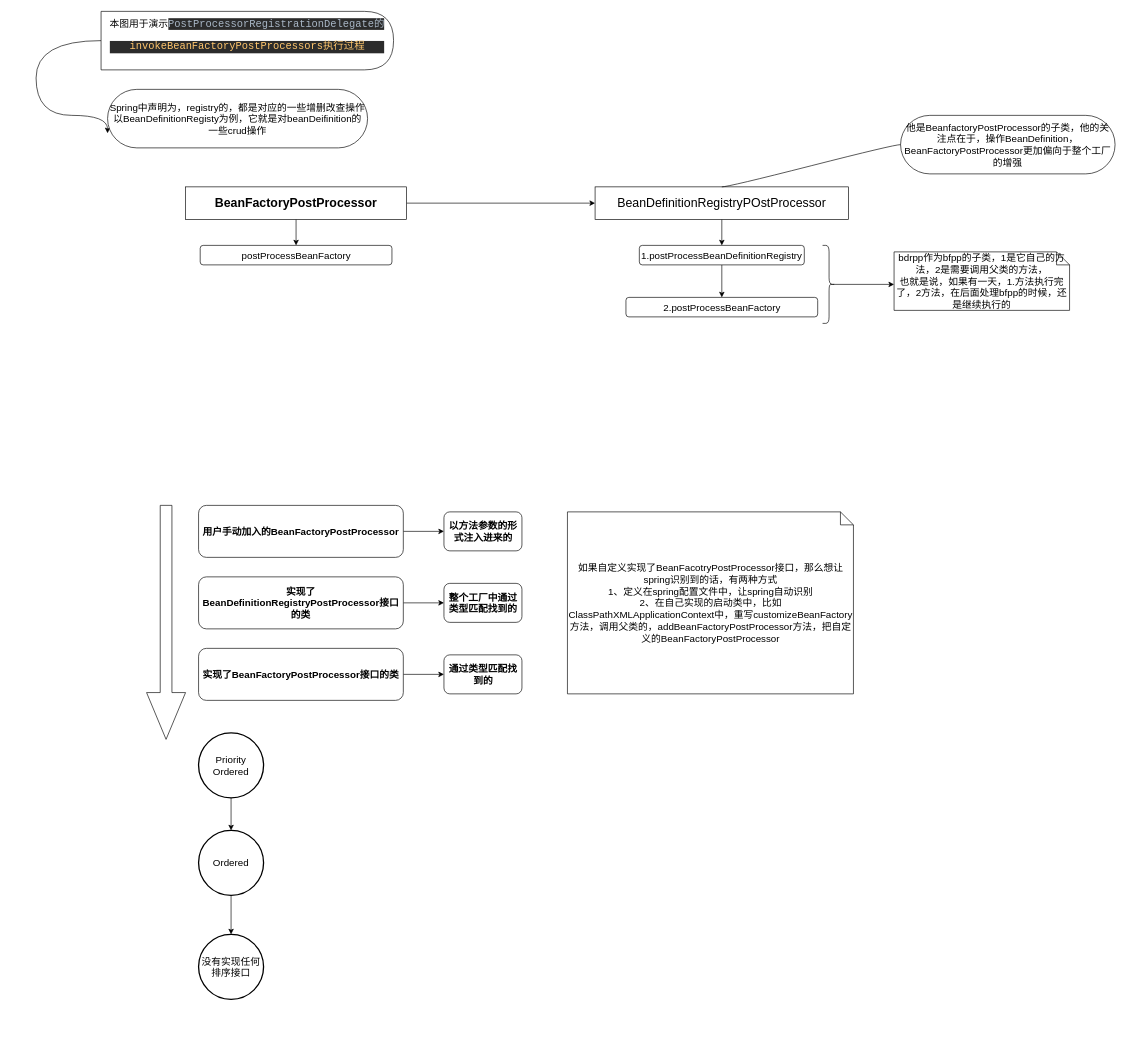
Above: spring/beanFactoryPostProcessor.drawio in ZWYXY/all_images (draw.io), before the change. Source tidied: cells renumbered, new cells numbered last; positions are measured from the earlier drawing's top-left corner, leaving out a move shared by most shapes. Both pictures are drawn from the tidied source at 65%, with x=0, y=0 at pixel (36, 11).
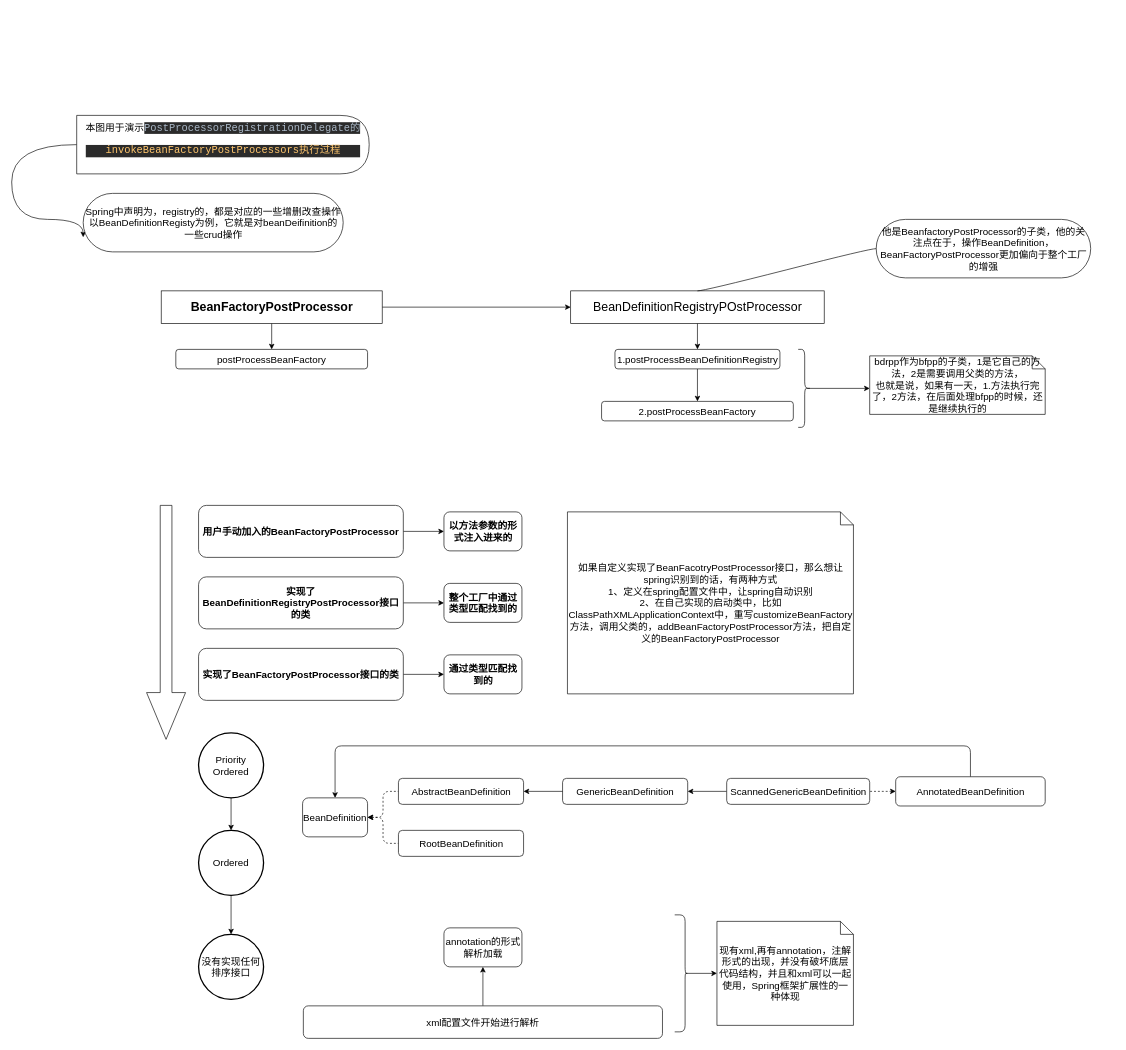
The same diagram, later.

The edit, as a diff of the source:
```diff
@@
     <mxCell id="4" value="&lt;b&gt;&lt;font style=&quot;font-size: 19px&quot;&gt;BeanFactoryPostProcessor&lt;/font&gt;&lt;/b&gt;" style="rounded=0;whiteSpace=wrap;html=1;" parent="1" vertex="1">
-      <mxGeometry x="230" y="270" width="340" height="50" as="geometry" />
+      <mxGeometry x="192.5" y="430" width="340" height="50" as="geometry" />
     </mxCell>
@@
     <mxCell id="6" value="&lt;font style=&quot;font-size: 19px&quot;&gt;BeanDefinitionRegistryPOstProcessor&lt;/font&gt;" style="rounded=0;whiteSpace=wrap;html=1;" parent="1" vertex="1">
-      <mxGeometry x="860" y="270" width="390" height="50" as="geometry" />
+      <mxGeometry x="822.5" y="430" width="390" height="50" as="geometry" />
     </mxCell>
@@
     <mxCell id="18" value="他是BeanfactoryPostProcessor的子类，他的关注点在于，操作BeanDefinition，BeanFactoryPostProcessor更加偏向于整个工厂的增强" style="whiteSpace=wrap;html=1;rounded=1;arcSize=50;align=center;verticalAlign=middle;strokeWidth=1;spacing=4;newEdgeStyle={&quot;edgeStyle&quot;:&quot;entityRelationEdgeStyle&quot;,&quot;startArrow&quot;:&quot;none&quot;,&quot;endArrow&quot;:&quot;none&quot;,&quot;segment&quot;:10,&quot;curved&quot;:1};fontSize=15;" parent="1" vertex="1">
-      <mxGeometry x="1330" y="160" width="330" height="90" as="geometry" />
+      <mxGeometry x="1292.5" y="320" width="330" height="90" as="geometry" />
     </mxCell>
@@
     <mxCell id="21" value="1.postProcessBeanDefinitionRegistry" style="rounded=1;whiteSpace=wrap;html=1;fontSize=15;" parent="1" vertex="1">
-      <mxGeometry x="928.1" y="360" width="253.8" height="30" as="geometry" />
+      <mxGeometry x="890.6" y="520" width="253.8" height="30" as="geometry" />
     </mxCell>
     <mxCell id="22" value="postProcessBeanFactory" style="rounded=1;whiteSpace=wrap;html=1;fontSize=15;" parent="1" vertex="1">
-      <mxGeometry x="252.5" y="360" width="295" height="30" as="geometry" />
+      <mxGeometry x="215" y="520" width="295" height="30" as="geometry" />
     </mxCell>
     <mxCell id="23" value="2.postProcessBeanFactory" style="rounded=1;whiteSpace=wrap;html=1;fontSize=15;" parent="1" vertex="1">
-      <mxGeometry x="907.5" y="440" width="295" height="30" as="geometry" />
+      <mxGeometry x="870" y="600" width="295" height="30" as="geometry" />
     </mxCell>
     <mxCell id="24" style="edgeStyle=none;html=1;exitX=0.1;exitY=0.5;exitDx=0;exitDy=0;exitPerimeter=0;fontSize=15;" parent="1" edge="1" source="25">
       <mxGeometry relative="1" as="geometry">
-        <mxPoint x="1320" y="420" as="targetPoint" />
+        <mxPoint x="1282.5" y="580" as="targetPoint" />
       </mxGeometry>
     </mxCell>
     <mxCell id="25" style="shape=curlyBracket;whiteSpace=wrap;html=1;rounded=1;flipH=1;fontSize=15;" parent="1" vertex="1">
-      <mxGeometry x="1210" y="360" width="20" height="120" as="geometry" />
+      <mxGeometry x="1172.5" y="520" width="20" height="120" as="geometry" />
     </mxCell>
     <mxCell id="26" value="bdrpp作为bfpp的子类，1是它自己的方法，2是需要调用父类的方法，&lt;br&gt;也就是说，如果有一天，1.方法执行完了，2方法，在后面处理bfpp的时候，还是继续执行的" style="shape=note;size=20;whiteSpace=wrap;html=1;fontSize=15;" parent="1" vertex="1">
-      <mxGeometry x="1320" y="370" width="270" height="90" as="geometry" />
+      <mxGeometry x="1282.5" y="530" width="270" height="90" as="geometry" />
     </mxCell>
     <mxCell id="27" style="edgeStyle=orthogonalEdgeStyle;html=1;exitX=0;exitY=0.5;exitDx=0;exitDy=0;entryX=0;entryY=0.75;entryDx=0;entryDy=0;fontSize=15;curved=1;" parent="1" edge="1" source="28" target="34">
       <mxGeometry relative="1" as="geometry">
         <Array as="points">
-          <mxPoint y="45" />
-          <mxPoint y="160" />
+          <mxPoint x="-37.5" y="205" />
+          <mxPoint x="-37.5" y="320" />
         </Array>
       </mxGeometry>
     </mxCell>
     <mxCell id="28" value="本图用于演示&lt;span style=&quot;background-color: rgb(43 , 43 , 43) ; color: rgb(169 , 183 , 198) ; font-family: &amp;#34;jetbrains mono extrabold&amp;#34; , monospace ; font-size: 12pt&quot;&gt;PostProcessorRegistrationDelegate的&lt;br&gt;&lt;/span&gt;&lt;pre style=&quot;background-color: #2b2b2b ; color: #a9b7c6 ; font-family: &amp;#34;jetbrains mono extrabold&amp;#34; , monospace ; font-size: 12.0pt&quot;&gt;&lt;span style=&quot;color: #ffc66d&quot;&gt;invokeBeanFactoryPostProcessors执行过程&lt;/span&gt;&lt;/pre&gt;" style="shape=delay;whiteSpace=wrap;html=1;fontSize=15;" parent="1" vertex="1">
-      <mxGeometry x="100" width="450" height="90" as="geometry" />
+      <mxGeometry x="62.5" y="160" width="450" height="90" as="geometry" />
     </mxCell>
@@
     <mxCell id="34" value="Spring中声明为，registry的，都是对应的一些增删改查操作&lt;br&gt;以BeanDefinitionRegisty为例，它就是对beanDeifinition的一些crud操作" style="whiteSpace=wrap;html=1;rounded=1;arcSize=50;align=center;verticalAlign=middle;strokeWidth=1;spacing=4;newEdgeStyle={&quot;edgeStyle&quot;:&quot;entityRelationEdgeStyle&quot;,&quot;startArrow&quot;:&quot;none&quot;,&quot;endArrow&quot;:&quot;none&quot;,&quot;segment&quot;:10,&quot;curved&quot;:1};fontSize=15;" parent="1" vertex="1">
-      <mxGeometry x="110" y="120" width="400" height="90" as="geometry" />
+      <mxGeometry x="72.5" y="280" width="400" height="90" as="geometry" />
     </mxCell>
+    <mxCell id="35" style="edgeStyle=orthogonalEdgeStyle;html=1;exitX=1;exitY=0.5;exitDx=0;exitDy=0;entryX=0;entryY=0.5;entryDx=0;entryDy=0;fontSize=15;dashed=1;endArrow=none;endFill=0;startArrow=classic;startFill=1;" parent="1" edge="1" source="38" target="41">
+      <mxGeometry relative="1" as="geometry" />
+    </mxCell>
+    <mxCell id="36" style="edgeStyle=orthogonalEdgeStyle;html=1;exitX=0.5;exitY=0;exitDx=0;exitDy=0;entryX=0.5;entryY=0;entryDx=0;entryDy=0;fontSize=15;endArrow=none;endFill=0;startArrow=classic;startFill=1;" parent="1" edge="1" source="38" target="44">
+      <mxGeometry relative="1" as="geometry">
+        <Array as="points">
+          <mxPoint x="460" y="1130" />
+          <mxPoint x="1438" y="1130" />
+        </Array>
+      </mxGeometry>
+    </mxCell>
+    <mxCell id="37" style="edgeStyle=orthogonalEdgeStyle;html=1;exitX=1;exitY=0.5;exitDx=0;exitDy=0;entryX=0;entryY=0.5;entryDx=0;entryDy=0;dashed=1;fontSize=15;endArrow=none;endFill=0;startArrow=classic;startFill=1;" parent="1" edge="1" source="38" target="46">
+      <mxGeometry relative="1" as="geometry" />
+    </mxCell>
+    <mxCell id="38" value="BeanDefinition" style="rounded=1;whiteSpace=wrap;html=1;fontSize=15;" parent="1" vertex="1">
+      <mxGeometry x="410" y="1210" width="100" height="60" as="geometry" />
+    </mxCell>
+    <mxCell id="39" style="edgeStyle=orthogonalEdgeStyle;html=1;fontSize=15;endArrow=none;endFill=0;startArrow=classic;startFill=1;" parent="1" edge="1" source="40" target="42">
+      <mxGeometry relative="1" as="geometry" />
+    </mxCell>
+    <mxCell id="40" value="GenericBeanDefinition" style="whiteSpace=wrap;html=1;rounded=1;fontSize=15;" parent="1" vertex="1">
+      <mxGeometry x="810" y="1180" width="192.5" height="40" as="geometry" />
+    </mxCell>
+    <mxCell id="41" value="RootBeanDefinition" style="rounded=1;whiteSpace=wrap;html=1;fontSize=15;" parent="1" vertex="1">
+      <mxGeometry x="557.5" y="1260" width="192.5" height="40" as="geometry" />
+    </mxCell>
+    <mxCell id="42" value="ScannedGenericBeanDefinition" style="whiteSpace=wrap;html=1;rounded=1;fontSize=15;" parent="1" vertex="1">
+      <mxGeometry x="1062.5" y="1180" width="220" height="40" as="geometry" />
+    </mxCell>
+    <mxCell id="43" style="edgeStyle=orthogonalEdgeStyle;html=1;fontSize=15;dashed=1;endArrow=none;endFill=0;startArrow=classic;startFill=1;" parent="1" edge="1" source="44" target="42">
+      <mxGeometry relative="1" as="geometry" />
+    </mxCell>
+    <mxCell id="44" value="AnnotatedBeanDefinition" style="rounded=1;whiteSpace=wrap;html=1;fontSize=15;" parent="1" vertex="1">
+      <mxGeometry x="1322.5" y="1177.5" width="230" height="45" as="geometry" />
+    </mxCell>
+    <mxCell id="45" style="edgeStyle=orthogonalEdgeStyle;html=1;exitX=1;exitY=0.5;exitDx=0;exitDy=0;fontSize=15;endArrow=none;endFill=0;startArrow=classic;startFill=1;" parent="1" edge="1" source="46" target="40">
+      <mxGeometry relative="1" as="geometry" />
+    </mxCell>
+    <mxCell id="46" value="AbstractBeanDefinition" style="whiteSpace=wrap;html=1;rounded=1;fontSize=15;" parent="1" vertex="1">
+      <mxGeometry x="557.5" y="1180" width="192.5" height="40" as="geometry" />
+    </mxCell>
+    <mxCell id="47" style="edgeStyle=orthogonalEdgeStyle;html=1;exitX=0.5;exitY=0;exitDx=0;exitDy=0;fontSize=15;startArrow=none;startFill=0;endArrow=classic;endFill=1;" parent="1" edge="1" source="48" target="49">
+      <mxGeometry relative="1" as="geometry" />
+    </mxCell>
+    <mxCell id="48" value="xml配置文件开始进行解析" style="rounded=1;whiteSpace=wrap;html=1;fontSize=15;" parent="1" vertex="1">
+      <mxGeometry x="411.2" y="1530" width="552.5" height="50" as="geometry" />
+    </mxCell>
+    <mxCell id="49" value="annotation的形式解析加载" style="whiteSpace=wrap;html=1;rounded=1;fontSize=15;" parent="1" vertex="1">
+      <mxGeometry x="627.5" y="1410" width="120" height="60" as="geometry" />
+    </mxCell>
+    <mxCell id="50" style="edgeStyle=orthogonalEdgeStyle;html=1;exitX=0.1;exitY=0.5;exitDx=0;exitDy=0;exitPerimeter=0;fontSize=15;startArrow=none;startFill=0;endArrow=classic;endFill=1;" parent="1" edge="1" source="51" target="52">
+      <mxGeometry relative="1" as="geometry" />
+    </mxCell>
+    <mxCell id="51" style="shape=curlyBracket;whiteSpace=wrap;html=1;rounded=1;flipH=1;fontSize=15;size=0.2;" parent="1" vertex="1">
+      <mxGeometry x="982.5" y="1390" width="20" height="180" as="geometry" />
+    </mxCell>
+    <mxCell id="52" value="现有xml,再有annotation，注解形式的出现，并没有破坏底层代码结构，并且和xml可以一起使用，Spring框架扩展性的一种体现" style="shape=note;size=20;whiteSpace=wrap;html=1;fontSize=15;" parent="1" vertex="1">
+      <mxGeometry x="1047.5" y="1400" width="210" height="160" as="geometry" />
+    </mxCell>
```
